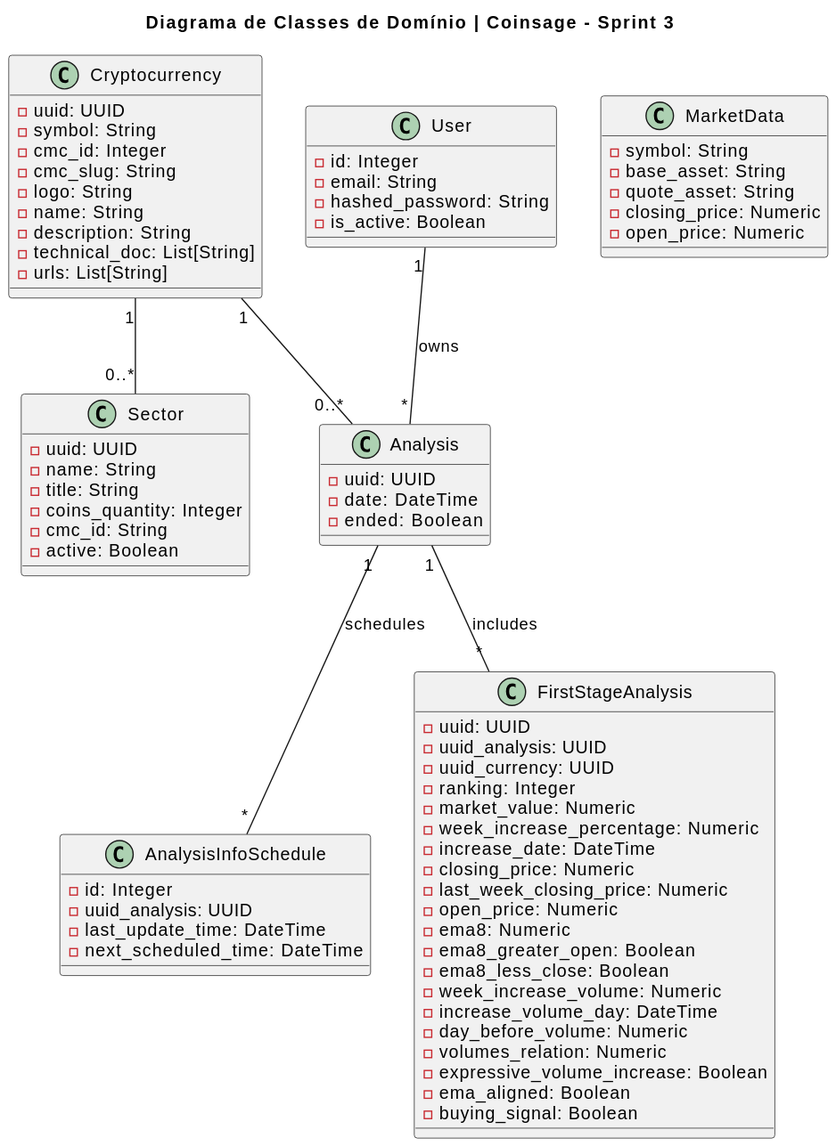
The PlantUML diagram Artefatos/diagramas/diagrama_de_classes/versions/svgs/current.svg in ICEI-PUC-Minas-PPLES-TI/plf-es-2024-1-ti3-8981100-coinsage, before a commit.
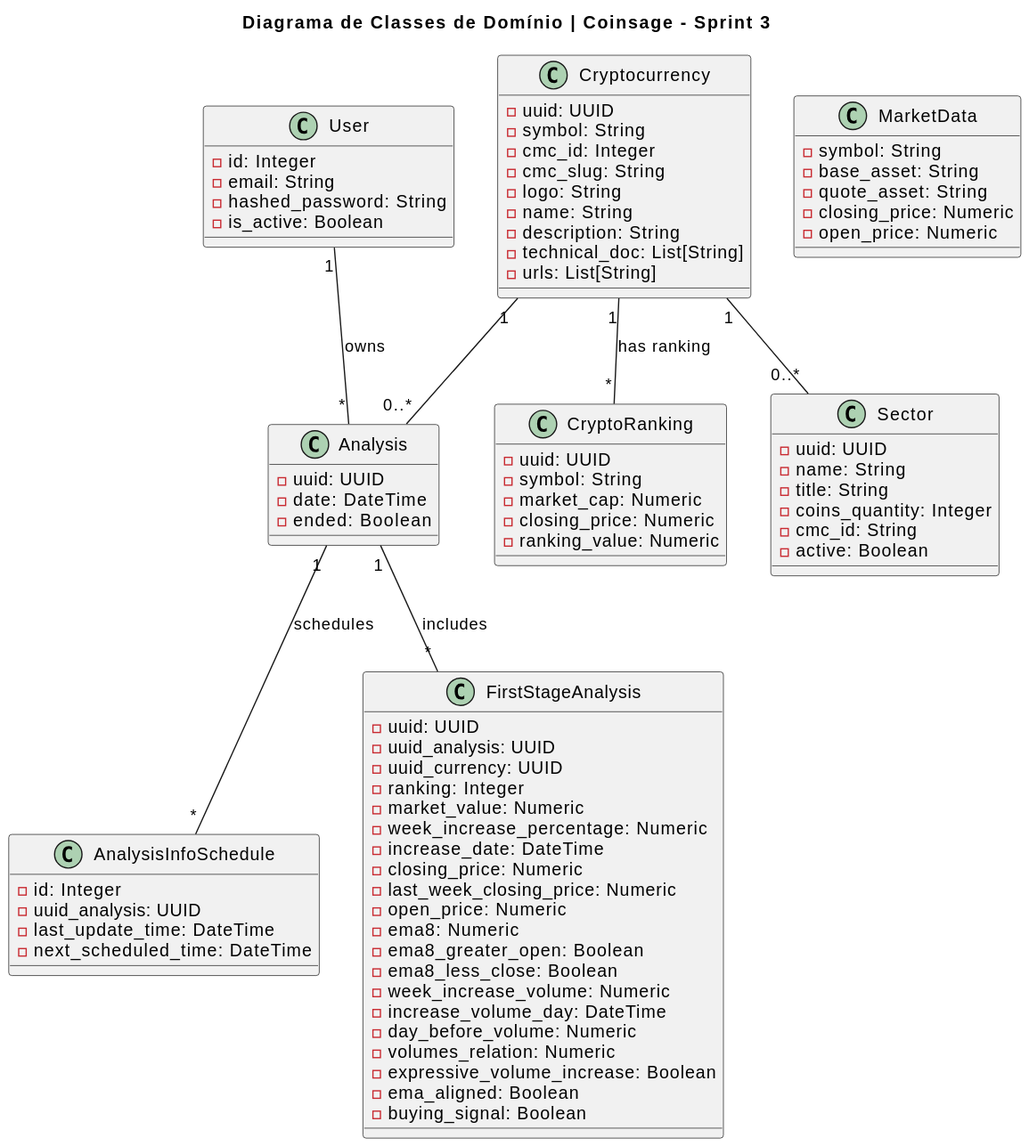
After the change.

Commit message:
added new class-diagram with collect ranking feature

The edit, as a diff of the source:
```diff
@@ -73,9 +73,18 @@
     - open_price: Numeric
 }
 
+class CryptoRanking {
+    - uuid: UUID
+    - symbol: String
+    - market_cap: Numeric
+    - closing_price: Numeric
+    - ranking_value: Numeric
+}
+
 Cryptocurrency "1" -- "0..*" Sector
 Cryptocurrency "1" -- "0..*" Analysis
 User "1" -- "*" Analysis : owns
 Analysis "1" -- "*" AnalysisInfoSchedule : schedules
 Analysis "1" -- "*" FirstStageAnalysis : includes
+Cryptocurrency "1" -- "*" CryptoRanking : "has ranking"
 @enduml
```
